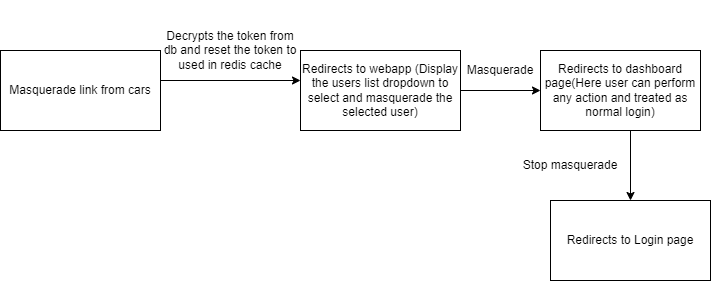
The draw.io diagram Masquerade-Flow.png in arrk-bharati/Test, before a commit. Source tidied: cells renumbered, new cells last; positions are measured from the earlier drawing's top-left corner, leaving out a move shared by most shapes. The source it was exported from:
```xml
<mxGraphModel>
  <root>
    <mxCell id="0" />
    <mxCell id="1" parent="0" />
    <mxCell id="2" value="Masquerade link from cars" style="rounded=0;whiteSpace=wrap;html=1;" parent="1" vertex="1">
      <mxGeometry y="50" width="160" height="80" as="geometry" />
    </mxCell>
    <mxCell id="3" style="edgeStyle=orthogonalEdgeStyle;rounded=0;jettySize=auto;html=1;" parent="1" edge="1" source="4" target="6">
      <mxGeometry relative="1" as="geometry" />
    </mxCell>
    <mxCell id="4" value="Redirects to webapp (Display the users list dropdown to select and masquerade the selected user)" style="rounded=0;whiteSpace=wrap;html=1;" parent="1" vertex="1">
      <mxGeometry x="300" y="50" width="160" height="80" as="geometry" />
    </mxCell>
    <mxCell id="5" value="Decrypts the token from db and reset the token to used in redis cache" style="text;html=1;strokeColor=none;fillColor=none;align=center;verticalAlign=middle;whiteSpace=wrap;rounded=0;" parent="1" vertex="1">
      <mxGeometry x="160" width="140" height="100" as="geometry" />
    </mxCell>
    <mxCell id="6" value="Redirects to dashboard page(Here user can perform any action and treated as normal login)" style="rounded=0;whiteSpace=wrap;html=1;" parent="1" vertex="1">
      <mxGeometry x="540" y="50" width="160" height="80" as="geometry" />
    </mxCell>
    <mxCell id="7" style="endArrow=classic;html=1;rounded=0;exitX=1;exitY=0.375;exitDx=0;exitDy=0;exitPerimeter=0;entryX=0;entryY=0.375;entryDx=0;entryDy=0;entryPerimeter=0;" parent="1" edge="1" source="2" target="4">
      <mxGeometry relative="1" as="geometry" />
    </mxCell>
    <mxCell id="8" value="Masquerade" style="text;html=1;strokeColor=none;fillColor=none;align=center;verticalAlign=middle;whiteSpace=wrap;rounded=0;" parent="1" vertex="1">
      <mxGeometry x="460" y="50" width="80" height="40" as="geometry" />
    </mxCell>
    <mxCell id="9" style="endArrow=classic;html=1;rounded=0;" parent="1" edge="1">
      <mxGeometry relative="1" as="geometry">
        <mxPoint x="630" y="130" as="sourcePoint" />
        <mxPoint x="630" y="200" as="targetPoint" />
      </mxGeometry>
    </mxCell>
    <mxCell id="10" value="Redirects to Login page" style="rounded=0;whiteSpace=wrap;html=1;" parent="1" vertex="1">
      <mxGeometry x="550" y="200" width="160" height="80" as="geometry" />
    </mxCell>
    <mxCell id="11" value="Stop masquerade" style="text;html=1;strokeColor=none;fillColor=none;align=center;verticalAlign=middle;whiteSpace=wrap;rounded=0;" parent="1" vertex="1">
      <mxGeometry x="510" y="150" width="120" height="30" as="geometry" />
    </mxCell>
  </root>
</mxGraphModel>
```
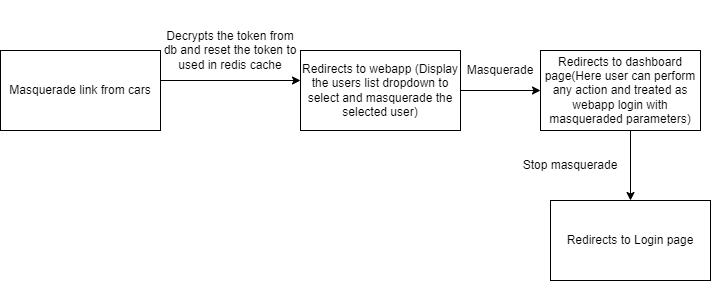
After the commit.

What changed in the source:
```diff
@@ -14,7 +14,7 @@
     <mxCell id="5" value="Decrypts the token from db and reset the token to used in redis cache" style="text;html=1;strokeColor=none;fillColor=none;align=center;verticalAlign=middle;whiteSpace=wrap;rounded=0;" parent="1" vertex="1">
       <mxGeometry x="160" width="140" height="100" as="geometry" />
     </mxCell>
-    <mxCell id="6" value="Redirects to dashboard page(Here user can perform any action and treated as normal login)" style="rounded=0;whiteSpace=wrap;html=1;" parent="1" vertex="1">
+    <mxCell id="6" value="Redirects to dashboard page(Here user can perform any action and treated as webapp login with masqueraded parameters)" style="rounded=0;whiteSpace=wrap;html=1;" parent="1" vertex="1">
       <mxGeometry x="540" y="50" width="160" height="80" as="geometry" />
     </mxCell>
     <mxCell id="7" style="endArrow=classic;html=1;rounded=0;exitX=1;exitY=0.375;exitDx=0;exitDy=0;exitPerimeter=0;entryX=0;entryY=0.375;entryDx=0;entryDy=0;entryPerimeter=0;" parent="1" edge="1" source="2" target="4">
```
